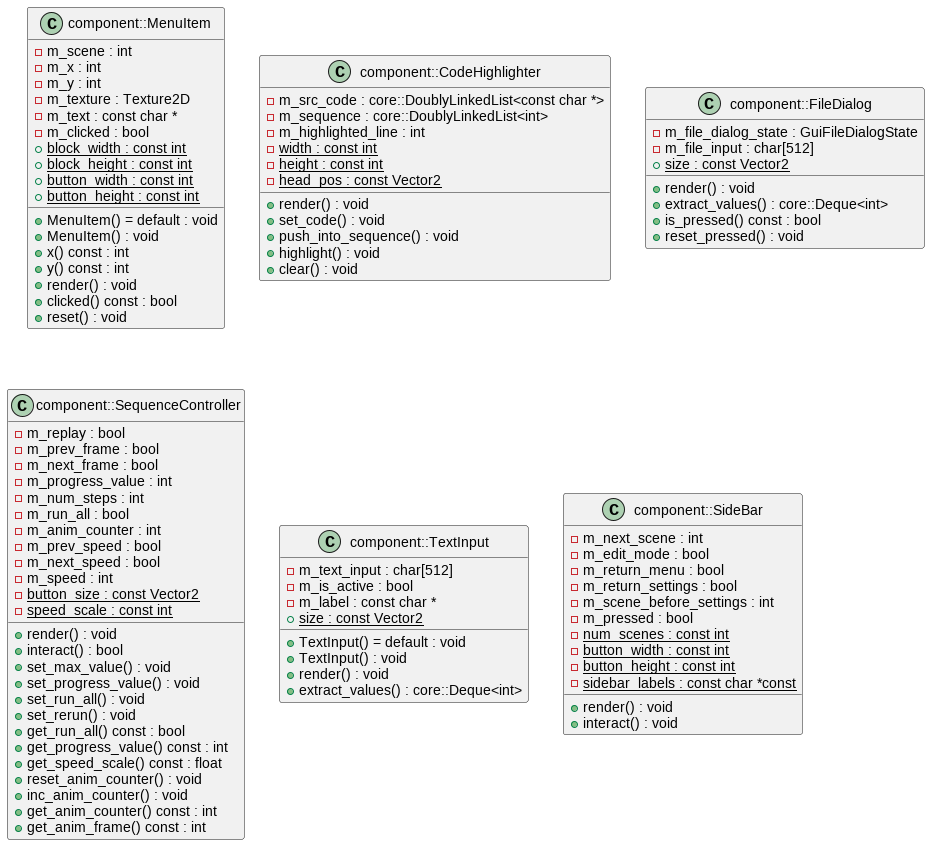
The PlantUML diagram docs/diagrams/component.png in jalsol/jalviz, before a commit.
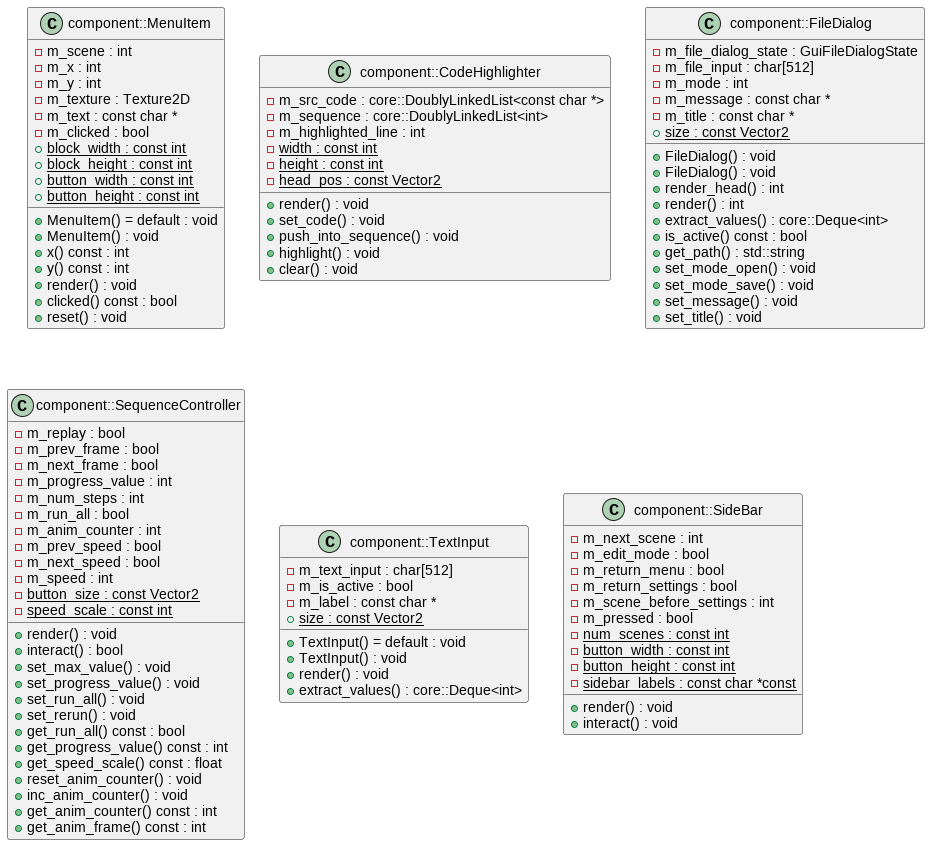
The same file after the commit.

Diff of the diagram source:
```diff
@@ -35,12 +35,22 @@
 }
 class "component::FileDialog" as C_0002086019584566554074
 class C_0002086019584566554074 {
-+render() : void
++FileDialog() : void
++FileDialog() : void
++render_head() : int
++render() : int
 +extract_values() : core::Deque<int>
-+is_pressed() const : bool
-+reset_pressed() : void
++is_active() const : bool
++get_path() : std::string
++set_mode_open() : void
++set_mode_save() : void
++set_message() : void
++set_title() : void
 -m_file_dialog_state : GuiFileDialogState
 -m_file_input : char[512]
+-m_mode : int
+-m_message : const char *
+-m_title : const char *
 {static} +size : const Vector2
 }
 class "component::SequenceController" as C_0000345155806459925692
@@ -97,4 +107,5 @@
 {static} -button_height : const int
 {static} -sidebar_labels : const char *const
 }
+
 @enduml
```
